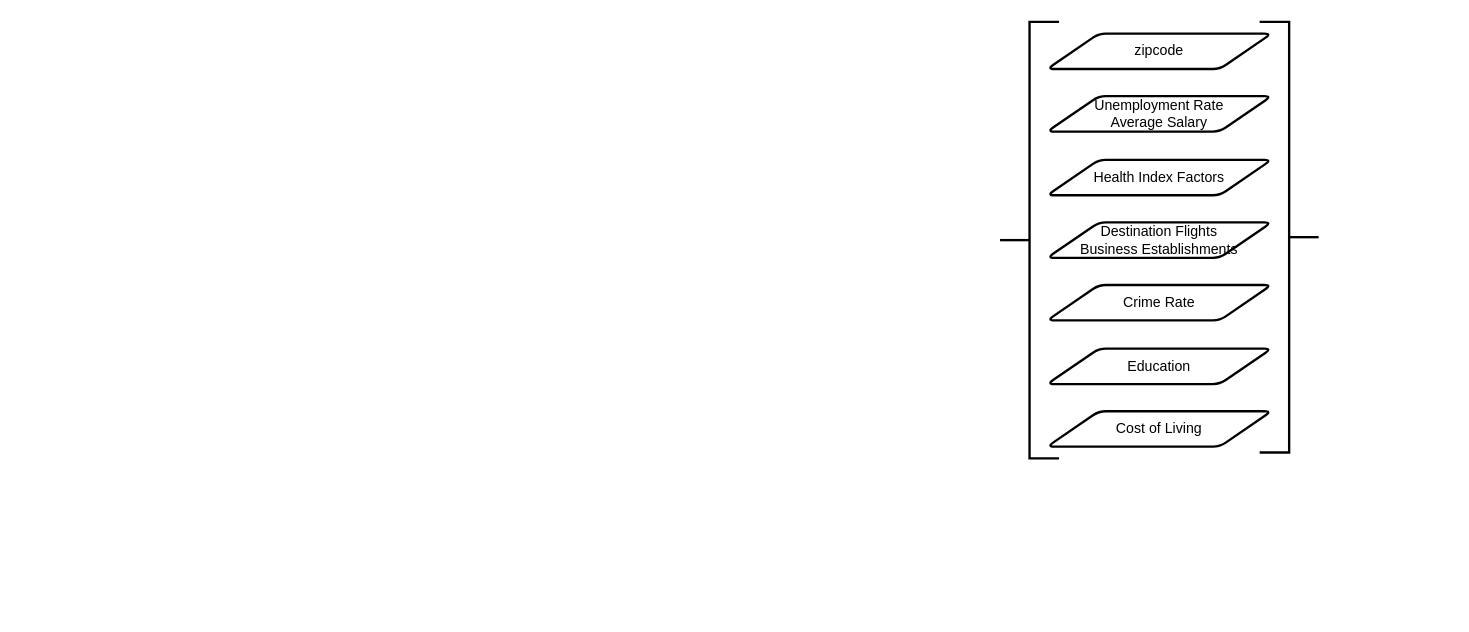
Earlier version of the draw.io diagram page "Page-1" (1 of 3) of Untitled Diagram.drawio (githubmaniv/haven-ui). Source tidied: cells renumbered, new cells numbered last; positions are measured from the earlier drawing's top-left corner, leaving out a move shared by most shapes. Both pictures are drawn from the tidied source at 118%, with x=0, y=0 at pixel (999, 21).
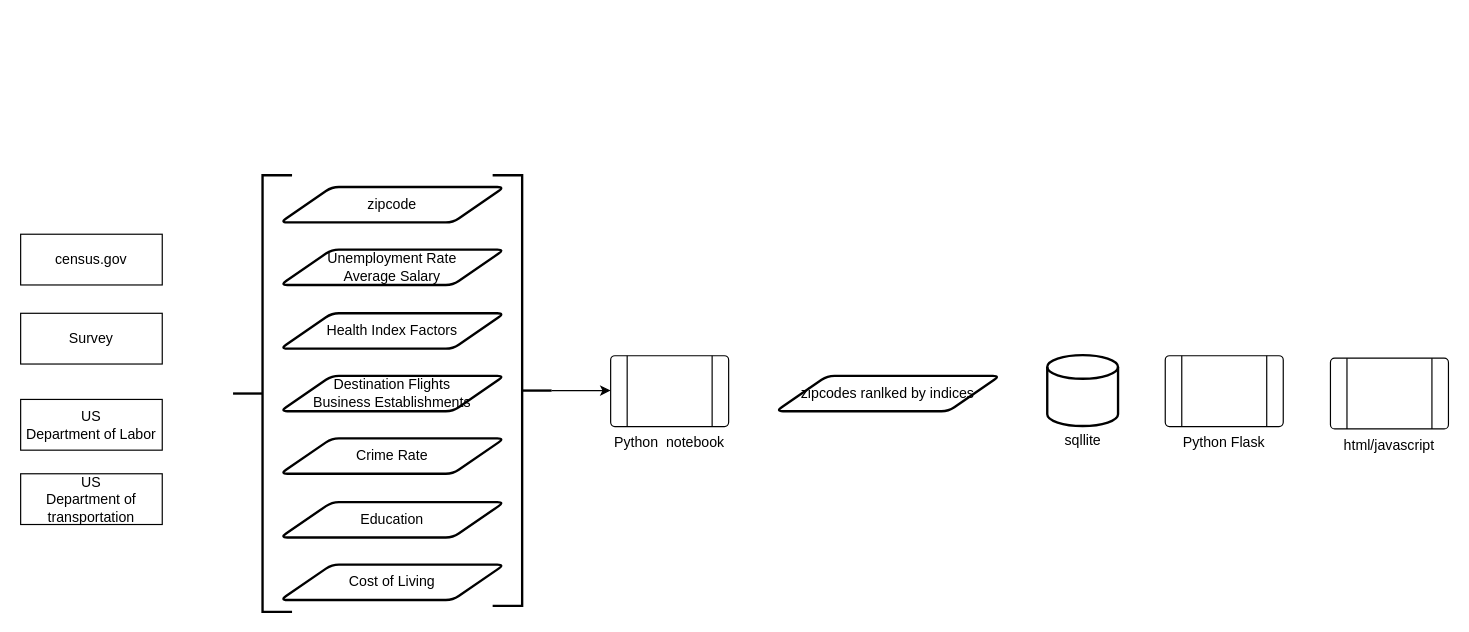
The same diagram, later.

The edit, as a diff of the source:
```diff
@@
+    <mxCell id="11" value="census.gov" style="whiteSpace=wrap;html=1;" parent="1" vertex="1">
+      <mxGeometry x="-830" y="180" width="120" height="43" as="geometry" />
+    </mxCell>
+    <mxCell id="12" value="Survey" style="whiteSpace=wrap;html=1;" parent="1" vertex="1">
+      <mxGeometry x="-830" y="247" width="120" height="43" as="geometry" />
+    </mxCell>
+    <mxCell id="13" value="US&lt;br&gt;Department of Labor" style="whiteSpace=wrap;html=1;" parent="1" vertex="1">
+      <mxGeometry x="-830" y="320" width="120" height="43" as="geometry" />
+    </mxCell>
+    <mxCell id="14" value="US&lt;br&gt;Department of transportation" style="whiteSpace=wrap;html=1;" parent="1" vertex="1">
+      <mxGeometry x="-830" y="383" width="120" height="43" as="geometry" />
+    </mxCell>
+    <mxCell id="15" value="Python&amp;nbsp; notebook" style="verticalLabelPosition=bottom;verticalAlign=top;html=1;shape=process;whiteSpace=wrap;rounded=1;size=0.14;arcSize=6;" parent="1" vertex="1">
+      <mxGeometry x="-330" y="283" width="100" height="60" as="geometry" />
+    </mxCell>
+    <mxCell id="16" value="zipcodes ranlked by indices" style="shape=parallelogram;html=1;strokeWidth=2;perimeter=parallelogramPerimeter;whiteSpace=wrap;rounded=1;arcSize=12;size=0.23;" parent="1" vertex="1">
+      <mxGeometry x="-190" y="300" width="190" height="30" as="geometry" />
+    </mxCell>
+    <mxCell id="17" style="strokeWidth=2;html=1;shape=mxgraph.flowchart.database;whiteSpace=wrap;" parent="1" vertex="1">
+      <mxGeometry x="40" y="282.5" width="60" height="60" as="geometry" />
+    </mxCell>
+    <mxCell id="18" value="Python Flask" style="verticalLabelPosition=bottom;verticalAlign=top;html=1;shape=process;whiteSpace=wrap;rounded=1;size=0.14;arcSize=6;" parent="1" vertex="1">
+      <mxGeometry x="140" y="283" width="100" height="60" as="geometry" />
+    </mxCell>
+    <mxCell id="19" value="html/javascript" style="verticalLabelPosition=bottom;verticalAlign=top;html=1;shape=process;whiteSpace=wrap;rounded=1;size=0.14;arcSize=6;" parent="1" vertex="1">
+      <mxGeometry x="280" y="285" width="100" height="60" as="geometry" />
+    </mxCell>
+    <mxCell id="20" value="sqllite" style="text;html=1;align=center;verticalAlign=middle;fillColor=none;strokeColor=none;rounded=0;" parent="1" vertex="1">
+      <mxGeometry x="45" y="345" width="50" height="20" as="geometry" />
+    </mxCell>
+    <mxCell id="21" style="edgeStyle=segmentEdgeStyle;endArrow=classic;html=1;rounded=0;exitX=0;exitY=0.5;exitDx=0;exitDy=0;exitPerimeter=0;" parent="1" edge="1" source="10">
+      <mxGeometry relative="1" as="geometry">
+        <mxPoint x="-330" y="313" as="targetPoint" />
+      </mxGeometry>
+    </mxCell>
+    <mxCell id="22" style="group;" parent="1" vertex="1">
+      <mxGeometry x="-650" y="130" width="270" height="370" as="geometry" />
+    </mxCell>
-    <mxCell id="2" value="zipcode" style="shape=parallelogram;html=1;strokeWidth=2;perimeter=parallelogramPerimeter;whiteSpace=wrap;rounded=1;arcSize=12;size=0.23;" parent="1" vertex="1">
+    <mxCell id="2" value="zipcode" style="shape=parallelogram;html=1;strokeWidth=2;perimeter=parallelogramPerimeter;whiteSpace=wrap;rounded=1;arcSize=12;size=0.23;" parent="22" vertex="1">
       <mxGeometry x="40" y="10" width="190" height="30" as="geometry" />
     </mxCell>
-    <mxCell id="3" value="&lt;span&gt;Unemployment Rate&lt;/span&gt;&lt;br&gt;&lt;span&gt;Average Salary&lt;/span&gt;" style="shape=parallelogram;html=1;strokeWidth=2;perimeter=parallelogramPerimeter;whiteSpace=wrap;rounded=1;arcSize=12;size=0.23;" parent="1" vertex="1">
+    <mxCell id="3" value="&lt;span&gt;Unemployment Rate&lt;/span&gt;&lt;br&gt;&lt;span&gt;Average Salary&lt;/span&gt;" style="shape=parallelogram;html=1;strokeWidth=2;perimeter=parallelogramPerimeter;whiteSpace=wrap;rounded=1;arcSize=12;size=0.23;" parent="22" vertex="1">
       <mxGeometry x="40" y="63" width="190" height="30" as="geometry" />
     </mxCell>
-    <mxCell id="4" value="Destination Flights&lt;br&gt;Business Establishments" style="shape=parallelogram;html=1;strokeWidth=2;perimeter=parallelogramPerimeter;whiteSpace=wrap;rounded=1;arcSize=12;size=0.23;" parent="1" vertex="1">
+    <mxCell id="4" value="Destination Flights&lt;br&gt;Business Establishments" style="shape=parallelogram;html=1;strokeWidth=2;perimeter=parallelogramPerimeter;whiteSpace=wrap;rounded=1;arcSize=12;size=0.23;" parent="22" vertex="1">
       <mxGeometry x="40" y="170" width="190" height="30" as="geometry" />
     </mxCell>
-    <mxCell id="5" value="Health Index Factors" style="shape=parallelogram;html=1;strokeWidth=2;perimeter=parallelogramPerimeter;whiteSpace=wrap;rounded=1;arcSize=12;size=0.23;" parent="1" vertex="1">
+    <mxCell id="5" value="Health Index Factors" style="shape=parallelogram;html=1;strokeWidth=2;perimeter=parallelogramPerimeter;whiteSpace=wrap;rounded=1;arcSize=12;size=0.23;" parent="22" vertex="1">
       <mxGeometry x="40" y="117" width="190" height="30" as="geometry" />
     </mxCell>
-    <mxCell id="6" value="Crime Rate" style="shape=parallelogram;html=1;strokeWidth=2;perimeter=parallelogramPerimeter;whiteSpace=wrap;rounded=1;arcSize=12;size=0.23;" parent="1" vertex="1">
+    <mxCell id="6" value="Crime Rate" style="shape=parallelogram;html=1;strokeWidth=2;perimeter=parallelogramPerimeter;whiteSpace=wrap;rounded=1;arcSize=12;size=0.23;" parent="22" vertex="1">
       <mxGeometry x="40" y="223" width="190" height="30" as="geometry" />
     </mxCell>
-    <mxCell id="7" value="Education" style="shape=parallelogram;html=1;strokeWidth=2;perimeter=parallelogramPerimeter;whiteSpace=wrap;rounded=1;arcSize=12;size=0.23;" parent="1" vertex="1">
+    <mxCell id="7" value="Education" style="shape=parallelogram;html=1;strokeWidth=2;perimeter=parallelogramPerimeter;whiteSpace=wrap;rounded=1;arcSize=12;size=0.23;" parent="22" vertex="1">
       <mxGeometry x="40" y="277" width="190" height="30" as="geometry" />
     </mxCell>
-    <mxCell id="8" value="Cost of Living" style="shape=parallelogram;html=1;strokeWidth=2;perimeter=parallelogramPerimeter;whiteSpace=wrap;rounded=1;arcSize=12;size=0.23;" parent="1" vertex="1">
+    <mxCell id="8" value="Cost of Living" style="shape=parallelogram;html=1;strokeWidth=2;perimeter=parallelogramPerimeter;whiteSpace=wrap;rounded=1;arcSize=12;size=0.23;" parent="22" vertex="1">
       <mxGeometry x="40" y="330" width="190" height="30" as="geometry" />
     </mxCell>
-    <mxCell id="9" style="strokeWidth=2;html=1;shape=mxgraph.flowchart.annotation_2;align=left;labelPosition=right;" parent="1" vertex="1">
+    <mxCell id="9" style="strokeWidth=2;html=1;shape=mxgraph.flowchart.annotation_2;align=left;labelPosition=right;" parent="22" vertex="1">
       <mxGeometry width="50" height="370" as="geometry" />
     </mxCell>
-    <mxCell id="10" style="strokeWidth=2;html=1;shape=mxgraph.flowchart.annotation_2;align=left;labelPosition=right;rotation=-180;" parent="1" vertex="1">
+    <mxCell id="10" style="strokeWidth=2;html=1;shape=mxgraph.flowchart.annotation_2;align=left;labelPosition=right;rotation=-180;" parent="22" vertex="1">
       <mxGeometry x="220" width="50" height="365" as="geometry" />
     </mxCell>
```
